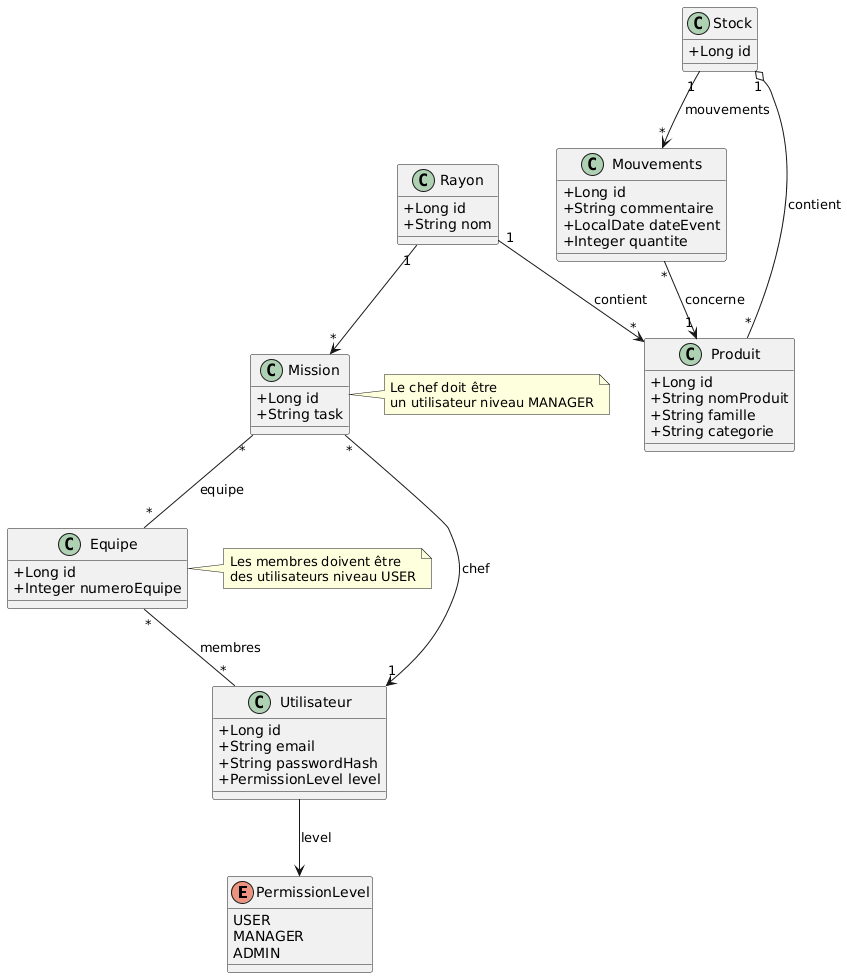
Above: img/pantulm.png in RAYWINN43/Projet_Stock (PlantUML), before the change.
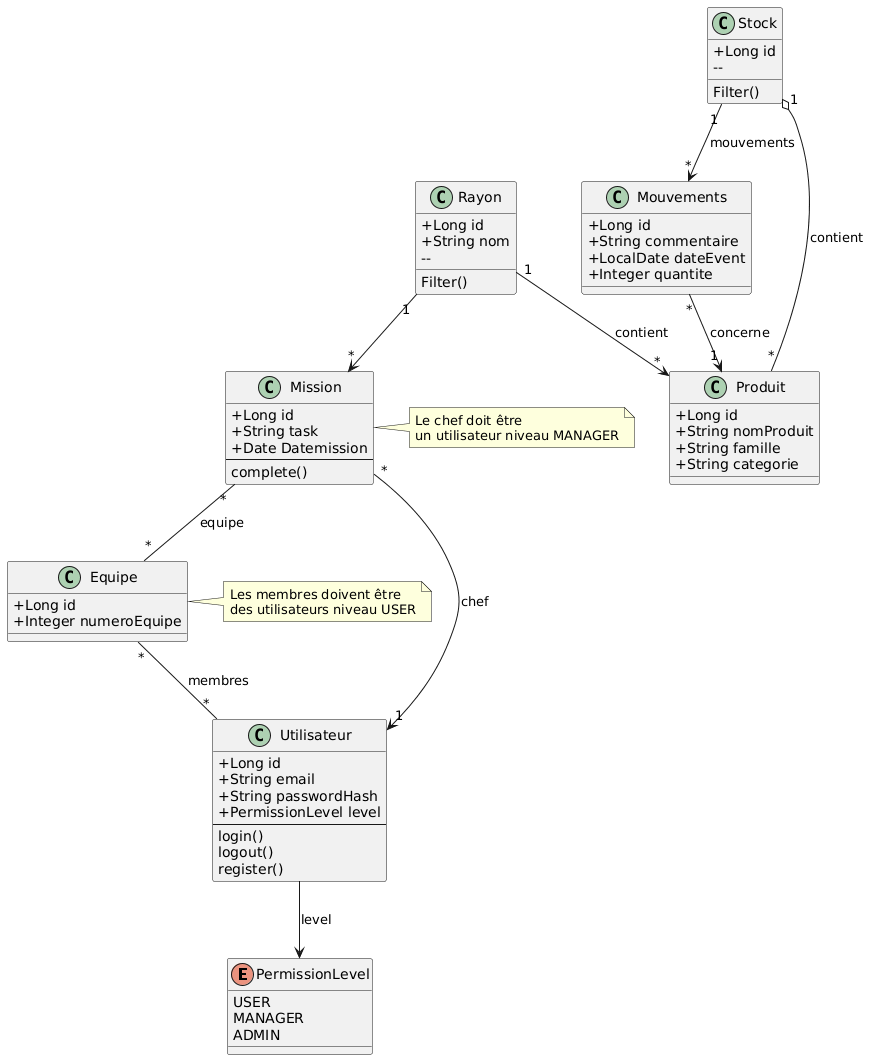
Above is the later version.

What changed in the source:
```diff
@@ -13,6 +13,7 @@
   +String commentaire
   +LocalDate dateEvent
   +Integer quantite
+
 }
 
 class Utilisateur {
@@ -20,6 +21,10 @@
   +String email
   +String passwordHash
   +PermissionLevel level
+  --
+  login()
+  logout()
+  register()
 }
 
 class Produit {
@@ -31,6 +36,8 @@
 
 class Stock {
   +Long id
+    --
+  Filter()
 }
 
 class Equipe {
@@ -41,11 +48,16 @@
 class Mission {
   +Long id
   +String task
+  +Date Datemission
+  --
+  complete()
 }
 
 class Rayon {
   +Long id
   +String nom
+    --
+  Filter()
 }
 
 EntreeSortie "*" --> "1" Produit : concerne
```
